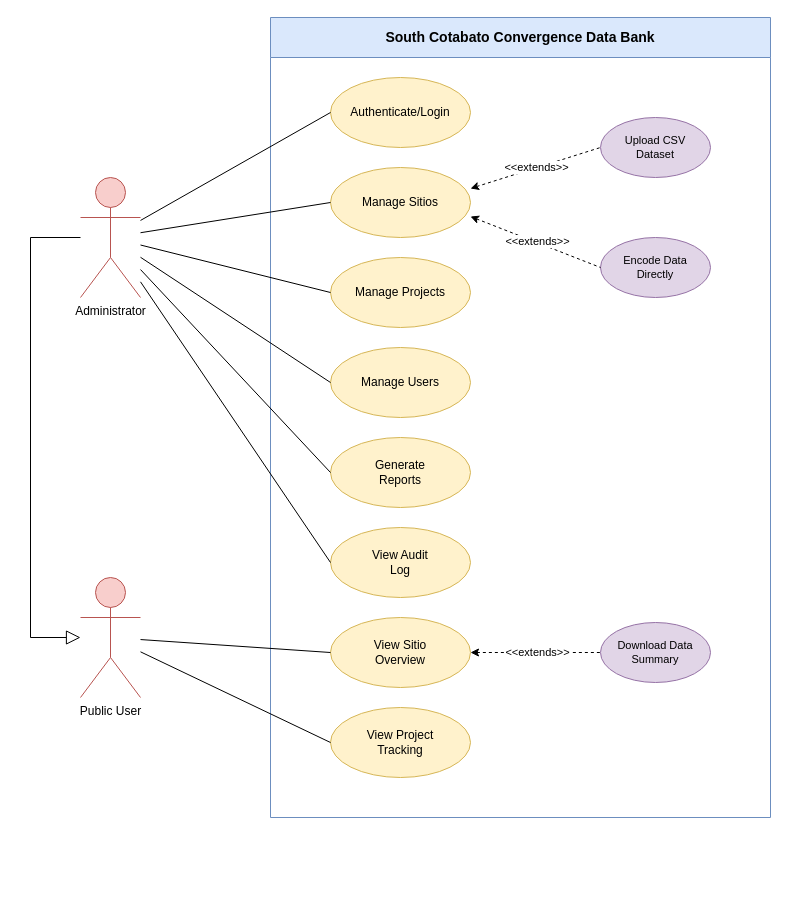
Earlier version of the draw.io diagram docs/uml/use-case.drawio (msu-projects/capstone-preview). Source tidied: cells renumbered, new cells numbered last; positions are measured from the earlier drawing's top-left corner, leaving out a move shared by most shapes. Both pictures are drawn from the tidied source at 100%, with x=0, y=0 at pixel (30, 17).
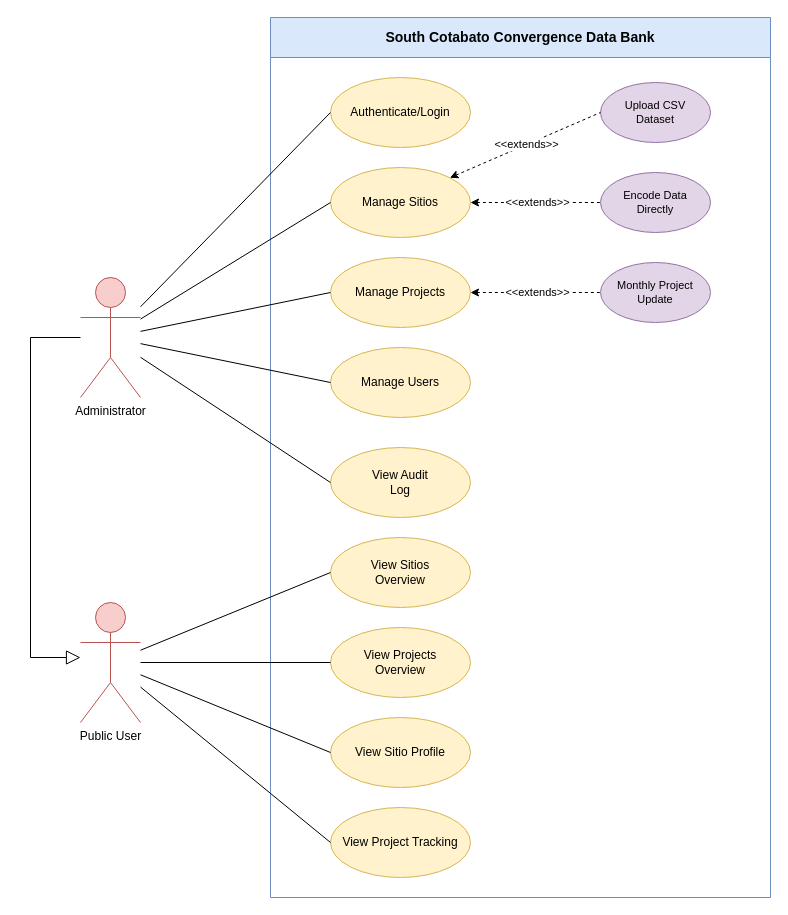
After the change.

The edit, as a diff of the source:
```diff
@@
-    <mxCell id="2" value="South Cotabato Convergence Data Bank" style="swimlane;whiteSpace=wrap;html=1;startSize=40;fillColor=#dae8fc;strokeColor=#6c8ebf;fontSize=14;fontStyle=1;align=center;" parent="1" vertex="1">
-      <mxGeometry x="240" width="500" height="800" as="geometry" />
-    </mxCell>
+    <mxCell id="30" value="South Cotabato Convergence Data Bank" style="swimlane;whiteSpace=wrap;html=1;startSize=40;fillColor=#dae8fc;strokeColor=#6c8ebf;fontSize=14;fontStyle=1;align=center;" parent="1" vertex="1">
+      <mxGeometry x="240" width="500" height="880" as="geometry" />
+    </mxCell>
-    <mxCell id="3" value="Authenticate/Login" style="ellipse;whiteSpace=wrap;html=1;fillColor=#fff2cc;strokeColor=#d6b656;" parent="2" vertex="1">
+    <mxCell id="3" value="Authenticate/Login" style="ellipse;whiteSpace=wrap;html=1;fillColor=#fff2cc;strokeColor=#d6b656;" parent="30" vertex="1">
       <mxGeometry x="60" y="60" width="140" height="70" as="geometry" />
     </mxCell>
-    <mxCell id="4" value="Manage Sitios" style="ellipse;whiteSpace=wrap;html=1;fillColor=#fff2cc;strokeColor=#d6b656;align=center;verticalAlign=middle;fontFamily=Helvetica;fontSize=12;fontColor=default;" parent="2" vertex="1">
+    <mxCell id="4" value="Manage Sitios" style="ellipse;whiteSpace=wrap;html=1;fillColor=#fff2cc;strokeColor=#d6b656;align=center;verticalAlign=middle;fontFamily=Helvetica;fontSize=12;fontColor=default;" parent="30" vertex="1">
       <mxGeometry x="60" y="150" width="140" height="70" as="geometry" />
     </mxCell>
-    <mxCell id="5" value="Upload CSV&#10;Dataset" style="ellipse;whiteSpace=wrap;html=1;fillColor=#e1d5e7;strokeColor=#9673a6;fontSize=11;" parent="2" vertex="1">
-      <mxGeometry x="330" y="100" width="110" height="60" as="geometry" />
+    <mxCell id="5" value="Upload CSV&#10;Dataset" style="ellipse;whiteSpace=wrap;html=1;fillColor=#e1d5e7;strokeColor=#9673a6;fontSize=11;" parent="30" vertex="1">
+      <mxGeometry x="330" y="65" width="110" height="60" as="geometry" />
     </mxCell>
-    <mxCell id="6" value="Encode Data&#10;Directly" style="ellipse;whiteSpace=wrap;html=1;fillColor=#e1d5e7;strokeColor=#9673a6;fontSize=11;" parent="2" vertex="1">
-      <mxGeometry x="330" y="220" width="110" height="60" as="geometry" />
+    <mxCell id="6" value="Encode Data&#10;Directly" style="ellipse;whiteSpace=wrap;html=1;fillColor=#e1d5e7;strokeColor=#9673a6;fontSize=11;" parent="30" vertex="1">
+      <mxGeometry x="330" y="155" width="110" height="60" as="geometry" />
     </mxCell>
-    <mxCell id="7" style="endArrow=none;dashed=1;html=1;rounded=0;entryX=0;entryY=0.5;entryDx=0;entryDy=0;exitX=1;exitY=0.3;exitDx=0;exitDy=0;endFill=0;startArrow=classic;startFill=1;exitPerimeter=0;" parent="2" edge="1" source="4" target="5">
+    <mxCell id="7" style="endArrow=none;dashed=1;html=1;rounded=0;entryX=0;entryY=0.5;entryDx=0;entryDy=0;exitX=1;exitY=0;exitDx=0;exitDy=0;endFill=0;startArrow=classic;startFill=1;" parent="30" edge="1" source="4" target="5">
       <mxGeometry relative="1" as="geometry" />
     </mxCell>
-    <mxCell id="8" value="&amp;lt;&amp;lt;extends&amp;gt;&amp;gt;" style="edgeLabel;html=1;align=center;verticalAlign=middle;" parent="7" vertex="1">
-      <mxGeometry x="0.01" y="1" relative="1" as="geometry" />
-    </mxCell>
+    <mxCell id="31" value="&amp;lt;&amp;lt;extends&amp;gt;&amp;gt;" style="edgeLabel;html=1;align=center;verticalAlign=middle;" parent="7" vertex="1">
+      <mxGeometry x="0.01" y="1" relative="1" as="geometry" />
+    </mxCell>
-    <mxCell id="9" style="endArrow=none;dashed=1;html=1;rounded=0;entryX=0;entryY=0.5;entryDx=0;entryDy=0;exitX=1;exitY=0.7;exitDx=0;exitDy=0;endFill=0;startArrow=classic;startFill=1;exitPerimeter=0;" parent="2" edge="1" source="4" target="6">
+    <mxCell id="9" style="endArrow=none;dashed=1;html=1;rounded=0;entryX=0;entryY=0.5;entryDx=0;entryDy=0;exitX=1;exitY=0.5;exitDx=0;exitDy=0;endFill=0;startArrow=classic;startFill=1;" parent="30" edge="1" source="4" target="6">
       <mxGeometry relative="1" as="geometry" />
     </mxCell>
-    <mxCell id="10" value="&amp;lt;&amp;lt;extends&amp;gt;&amp;gt;" style="edgeLabel;html=1;align=center;verticalAlign=middle;" parent="9" vertex="1">
-      <mxGeometry x="0.01" y="1" relative="1" as="geometry" />
-    </mxCell>
+    <mxCell id="32" value="&amp;lt;&amp;lt;extends&amp;gt;&amp;gt;" style="edgeLabel;html=1;align=center;verticalAlign=middle;" parent="9" vertex="1">
+      <mxGeometry x="0.01" y="1" relative="1" as="geometry" />
+    </mxCell>
-    <mxCell id="11" value="Manage Projects" style="ellipse;whiteSpace=wrap;html=1;fillColor=#fff2cc;strokeColor=#d6b656;align=center;verticalAlign=middle;fontFamily=Helvetica;fontSize=12;fontColor=default;" parent="2" vertex="1">
+    <mxCell id="11" value="Manage Projects" style="ellipse;whiteSpace=wrap;html=1;fillColor=#fff2cc;strokeColor=#d6b656;align=center;verticalAlign=middle;fontFamily=Helvetica;fontSize=12;fontColor=default;" parent="30" vertex="1">
       <mxGeometry x="60" y="240" width="140" height="70" as="geometry" />
     </mxCell>
-    <mxCell id="12" value="Manage Users" style="ellipse;whiteSpace=wrap;html=1;fillColor=#fff2cc;strokeColor=#d6b656;align=center;verticalAlign=middle;fontFamily=Helvetica;fontSize=12;fontColor=default;" parent="2" vertex="1">
+    <mxCell id="12" value="Manage Users" style="ellipse;whiteSpace=wrap;html=1;fillColor=#fff2cc;strokeColor=#d6b656;align=center;verticalAlign=middle;fontFamily=Helvetica;fontSize=12;fontColor=default;" parent="30" vertex="1">
       <mxGeometry x="60" y="330" width="140" height="70" as="geometry" />
     </mxCell>
-    <mxCell id="13" value="Generate&#10;Reports" style="ellipse;whiteSpace=wrap;html=1;fillColor=#fff2cc;strokeColor=#d6b656;" parent="2" vertex="1">
-      <mxGeometry x="60" y="420" width="140" height="70" as="geometry" />
-    </mxCell>
+    <mxCell id="33" value="Monthly Project Update" style="ellipse;whiteSpace=wrap;html=1;fillColor=#e1d5e7;strokeColor=#9673a6;fontSize=11;" parent="30" vertex="1">
+      <mxGeometry x="330" y="245" width="110" height="60" as="geometry" />
+    </mxCell>
+    <mxCell id="34" style="endArrow=none;dashed=1;html=1;rounded=0;entryX=0;entryY=0.5;entryDx=0;entryDy=0;exitX=1;exitY=0.5;exitDx=0;exitDy=0;endFill=0;startArrow=classic;startFill=1;" parent="30" edge="1" source="11" target="33">
+      <mxGeometry relative="1" as="geometry" />
+    </mxCell>
+    <mxCell id="35" value="&amp;lt;&amp;lt;extends&amp;gt;&amp;gt;" style="edgeLabel;html=1;align=center;verticalAlign=middle;" parent="34" vertex="1">
+      <mxGeometry x="0.01" y="1" relative="1" as="geometry" />
+    </mxCell>
-    <mxCell id="14" value="View Audit&lt;br&gt;Log" style="ellipse;whiteSpace=wrap;html=1;fillColor=#fff2cc;strokeColor=#d6b656;align=center;verticalAlign=middle;fontFamily=Helvetica;fontSize=12;fontColor=default;" parent="2" vertex="1">
-      <mxGeometry x="60" y="510" width="140" height="70" as="geometry" />
+    <mxCell id="14" value="View Audit&lt;br&gt;Log" style="ellipse;whiteSpace=wrap;html=1;fillColor=#fff2cc;strokeColor=#d6b656;align=center;verticalAlign=middle;fontFamily=Helvetica;fontSize=12;fontColor=default;" parent="30" vertex="1">
+      <mxGeometry x="60" y="430" width="140" height="70" as="geometry" />
     </mxCell>
-    <mxCell id="15" value="View Sitio&lt;br&gt;Overview" style="ellipse;whiteSpace=wrap;html=1;fillColor=#fff2cc;strokeColor=#d6b656;" parent="2" vertex="1">
-      <mxGeometry x="60" y="600" width="140" height="70" as="geometry" />
-    </mxCell>
+    <mxCell id="36" value="View Sitios&lt;br&gt;Overview" style="ellipse;whiteSpace=wrap;html=1;fillColor=#fff2cc;strokeColor=#d6b656;" parent="30" vertex="1">
+      <mxGeometry x="60" y="520" width="140" height="70" as="geometry" />
+    </mxCell>
+    <mxCell id="37" value="View Projects&lt;div&gt;Overview&lt;/div&gt;" style="ellipse;whiteSpace=wrap;html=1;fillColor=#fff2cc;strokeColor=#d6b656;" parent="30" vertex="1">
+      <mxGeometry x="60" y="610" width="140" height="70" as="geometry" />
+    </mxCell>
+    <mxCell id="38" value="View Sitio Profile" style="ellipse;whiteSpace=wrap;html=1;fillColor=#fff2cc;strokeColor=#d6b656;" parent="30" vertex="1">
+      <mxGeometry x="60" y="700" width="140" height="70" as="geometry" />
+    </mxCell>
-    <mxCell id="16" value="View Project&#10;Tracking" style="ellipse;whiteSpace=wrap;html=1;fillColor=#fff2cc;strokeColor=#d6b656;" parent="2" vertex="1">
-      <mxGeometry x="60" y="690" width="140" height="70" as="geometry" />
+    <mxCell id="16" value="View Project Tracking" style="ellipse;whiteSpace=wrap;html=1;fillColor=#fff2cc;strokeColor=#d6b656;" parent="30" vertex="1">
+      <mxGeometry x="60" y="790" width="140" height="70" as="geometry" />
     </mxCell>
-    <mxCell id="17" value="Download Data&#10;Summary" style="ellipse;whiteSpace=wrap;html=1;fillColor=#e1d5e7;strokeColor=#9673a6;fontColor=default;align=center;verticalAlign=middle;fontFamily=Helvetica;fontSize=11;" parent="2" vertex="1">
-      <mxGeometry x="330" y="605" width="110" height="60" as="geometry" />
-    </mxCell>
-    <mxCell id="18" style="endArrow=none;dashed=1;html=1;rounded=0;exitX=1;exitY=0.5;exitDx=0;exitDy=0;endFill=0;startArrow=classic;startFill=1;entryX=0;entryY=0.5;entryDx=0;entryDy=0;" parent="2" edge="1" source="15" target="17">
-      <mxGeometry relative="1" as="geometry" />
-    </mxCell>
-    <mxCell id="19" value="&amp;lt;&amp;lt;extends&amp;gt;&amp;gt;" style="edgeLabel;html=1;align=center;verticalAlign=middle;" parent="18" vertex="1">
-      <mxGeometry x="0.01" y="1" relative="1" as="geometry" />
-    </mxCell>
     <mxCell id="20" value="Administrator" style="shape=umlActor;verticalLabelPosition=bottom;verticalAlign=top;html=1;fillColor=#f8cecc;strokeColor=#b85450;" parent="1" vertex="1">
-      <mxGeometry x="50" y="160" width="60" height="120" as="geometry" />
+      <mxGeometry x="50" y="260" width="60" height="120" as="geometry" />
     </mxCell>
-    <mxCell id="21" value="Public User" style="shape=umlActor;verticalLabelPosition=bottom;verticalAlign=top;html=1;fillColor=#f8cecc;strokeColor=#b85450;" parent="1" vertex="1">
-      <mxGeometry x="50" y="560" width="60" height="120" as="geometry" />
-    </mxCell>
     <mxCell id="22" style="edgeStyle=orthogonalEdgeStyle;rounded=0;jettySize=auto;html=1;endArrow=block;endFill=0;endSize=12;" parent="1" edge="1" source="20" target="21">
       <mxGeometry relative="1" as="geometry">
         <Array as="points">
-          <mxPoint y="220" />
-          <mxPoint y="620" />
+          <mxPoint y="320" />
+          <mxPoint y="640" />
         </Array>
       </mxGeometry>
     </mxCell>
@@
-    <mxCell id="27" style="endArrow=none;html=1;rounded=0;entryX=0;entryY=0.5;entryDx=0;entryDy=0;" parent="1" edge="1" source="20" target="13">
-      <mxGeometry relative="1" as="geometry" />
-    </mxCell>
@@
-    <mxCell id="29" style="endArrow=none;html=1;rounded=0;entryX=0;entryY=0.5;entryDx=0;entryDy=0;" parent="1" edge="1" source="21" target="15">
-      <mxGeometry relative="1" as="geometry" />
-    </mxCell>
-    <mxCell id="30" style="endArrow=none;html=1;rounded=0;entryX=0;entryY=0.5;entryDx=0;entryDy=0;" parent="1" edge="1" source="21" target="16">
-      <mxGeometry relative="1" as="geometry" />
-    </mxCell>
+    <mxCell id="21" value="Public User" style="shape=umlActor;verticalLabelPosition=bottom;verticalAlign=top;html=1;fillColor=#f8cecc;strokeColor=#b85450;" parent="1" vertex="1">
+      <mxGeometry x="50" y="585" width="60" height="120" as="geometry" />
+    </mxCell>
+    <mxCell id="39" style="endArrow=none;html=1;rounded=0;entryX=0;entryY=0.5;entryDx=0;entryDy=0;" parent="1" edge="1" source="21" target="36">
+      <mxGeometry relative="1" as="geometry" />
+    </mxCell>
+    <mxCell id="40" style="endArrow=none;html=1;rounded=0;entryX=0;entryY=0.5;entryDx=0;entryDy=0;" parent="1" edge="1" source="21" target="37">
+      <mxGeometry relative="1" as="geometry" />
+    </mxCell>
+    <mxCell id="41" style="endArrow=none;html=1;rounded=0;entryX=0;entryY=0.5;entryDx=0;entryDy=0;" parent="1" edge="1" source="21" target="38">
+      <mxGeometry relative="1" as="geometry" />
+    </mxCell>
+    <mxCell id="42" style="endArrow=none;html=1;rounded=0;entryX=0;entryY=0.5;entryDx=0;entryDy=0;" parent="1" edge="1" source="21" target="16">
+      <mxGeometry relative="1" as="geometry" />
+    </mxCell>
```
